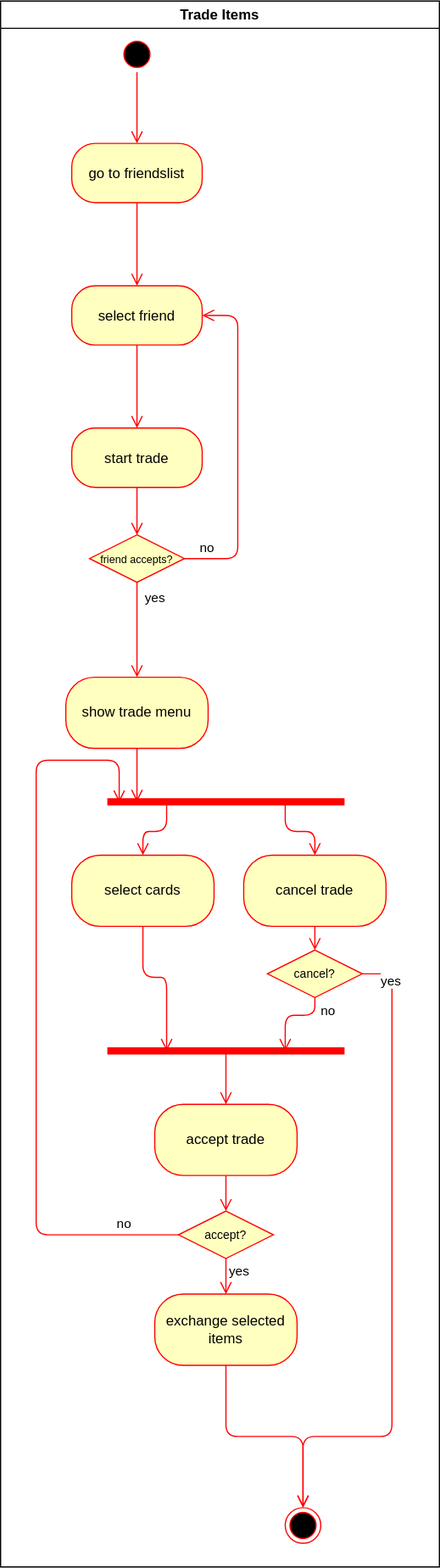
Before: diagrams/activity_trade_items.drawio.svg, a diagram exported from draw.io (i3ene/decksterous). Source tidied: cells renumbered, new cells last; positions are measured from the earlier drawing's top-left corner, leaving out a move shared by most shapes.
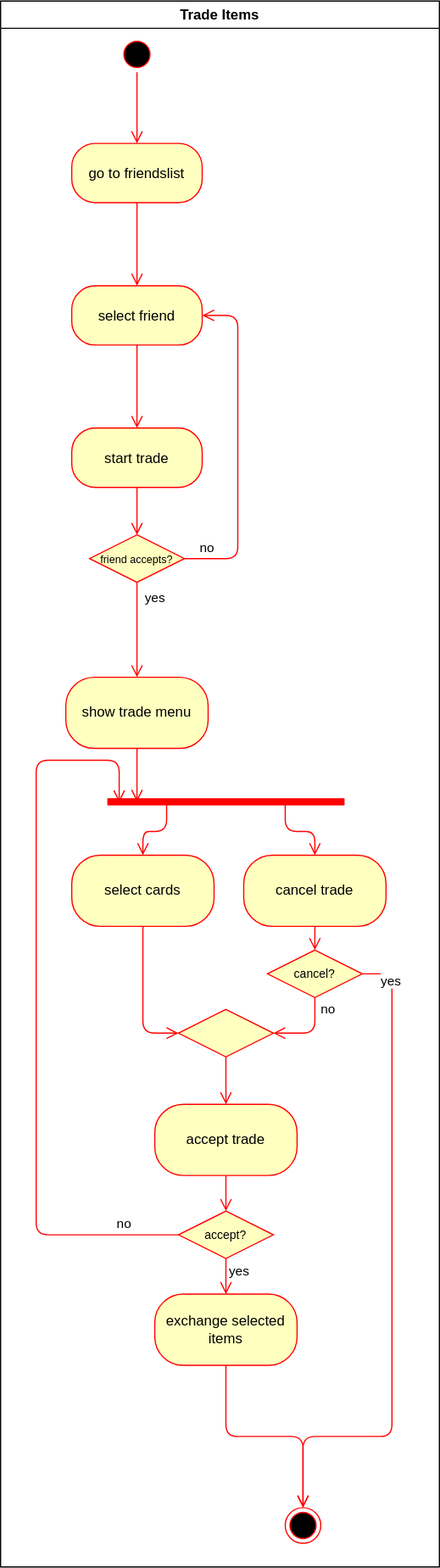
The same file after the commit.

Commit message:
adjusted bars

What changed in the source:
```diff
@@ -69,9 +69,6 @@
     <mxCell id="21" value="cancel trade" style="whiteSpace=wrap;html=1;fillColor=#ffffc0;strokeColor=#ff0000;fontColor=#000000;rounded=1;arcSize=40;" parent="2" vertex="1">
       <mxGeometry x="205" y="720" width="120" height="60" as="geometry" />
     </mxCell>
-    <mxCell id="22" style="shape=line;html=1;strokeWidth=6;strokeColor=#ff0000;" parent="2" vertex="1">
-      <mxGeometry x="90" y="880" width="200" height="10" as="geometry" />
-    </mxCell>
     <mxCell id="23" value="&lt;span style=&quot;font-size: 10px&quot;&gt;cancel?&lt;/span&gt;" style="rhombus;whiteSpace=wrap;html=1;fillColor=#ffffc0;strokeColor=#ff0000;" parent="2" vertex="1">
       <mxGeometry x="225" y="800" width="80" height="40" as="geometry" />
     </mxCell>
@@ -92,8 +89,10 @@
         <mxPoint x="-2" y="-10" as="offset" />
       </mxGeometry>
     </mxCell>
-    <mxCell id="27" style="edgeStyle=none;html=1;endArrow=open;align=left;verticalAlign=top;strokeColor=#ff0000;endSize=8;exitX=0.5;exitY=0.48;exitDx=0;exitDy=0;entryX=0.5;entryY=0;entryDx=0;entryDy=0;exitPerimeter=0;" parent="2" edge="1" source="22" target="28">
-      <mxGeometry relative="1" as="geometry" />
+    <mxCell id="27" style="edgeStyle=none;html=1;endArrow=open;align=left;verticalAlign=top;strokeColor=#ff0000;endSize=8;exitX=0.5;exitY=0.48;exitDx=0;exitDy=0;entryX=0.5;entryY=0;entryDx=0;entryDy=0;exitPerimeter=0;" parent="2" edge="1" target="28">
+      <mxGeometry relative="1" as="geometry">
+        <mxPoint x="190" y="884.8" as="sourcePoint" />
+      </mxGeometry>
     </mxCell>
     <mxCell id="28" value="accept trade" style="whiteSpace=wrap;html=1;fillColor=#ffffc0;strokeColor=#ff0000;fontColor=#000000;rounded=1;arcSize=40;" parent="2" vertex="1">
       <mxGeometry x="130" y="930" width="120" height="60" as="geometry" />
@@ -145,19 +144,17 @@
         </Array>
       </mxGeometry>
     </mxCell>
-    <mxCell id="38" style="edgeStyle=orthogonalEdgeStyle;html=1;verticalAlign=bottom;endArrow=open;endSize=8;strokeColor=#ff0000;exitX=0.5;exitY=1;exitDx=0;exitDy=0;entryX=0.25;entryY=0.5;entryDx=0;entryDy=0;entryPerimeter=0;" parent="2" edge="1" source="20" target="22">
+    <mxCell id="38" style="edgeStyle=orthogonalEdgeStyle;html=1;verticalAlign=bottom;endArrow=open;endSize=8;strokeColor=#ff0000;exitX=0.5;exitY=1;exitDx=0;exitDy=0;entryX=0;entryY=0.5;entryDx=0;entryDy=0;" parent="2" edge="1" source="20" target="41">
       <mxGeometry relative="1" as="geometry">
         <Array as="points">
-          <mxPoint x="120" y="823" />
-          <mxPoint x="140" y="823" />
+          <mxPoint x="120" y="870" />
         </Array>
       </mxGeometry>
     </mxCell>
-    <mxCell id="39" style="edgeStyle=orthogonalEdgeStyle;html=1;verticalAlign=bottom;endArrow=open;endSize=8;strokeColor=#ff0000;exitX=0.5;exitY=1;exitDx=0;exitDy=0;entryX=0.75;entryY=0.5;entryDx=0;entryDy=0;entryPerimeter=0;" parent="2" edge="1" source="23" target="22">
+    <mxCell id="39" style="edgeStyle=orthogonalEdgeStyle;html=1;verticalAlign=bottom;endArrow=open;endSize=8;strokeColor=#ff0000;exitX=0.5;exitY=1;exitDx=0;exitDy=0;entryX=1;entryY=0.5;entryDx=0;entryDy=0;" parent="2" edge="1" source="23" target="41">
       <mxGeometry relative="1" as="geometry">
         <Array as="points">
-          <mxPoint x="265" y="855" />
-          <mxPoint x="240" y="855" />
+          <mxPoint x="265" y="870" />
         </Array>
       </mxGeometry>
     </mxCell>
@@ -166,5 +163,8 @@
         <mxPoint x="12" y="-2" as="offset" />
       </mxGeometry>
     </mxCell>
+    <mxCell id="41" style="rhombus;whiteSpace=wrap;html=1;fillColor=#ffffc0;strokeColor=#ff0000;" parent="2" vertex="1">
+      <mxGeometry x="150" y="850" width="80" height="40" as="geometry" />
+    </mxCell>
   </root>
 </mxGraphModel>
```
